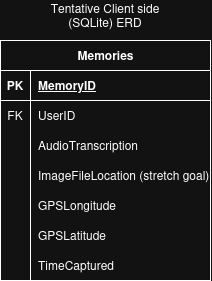
Above: docs/database/Tentative-client-side-ERD.png in Encore-sd/Encore (draw.io), before the change. Source tidied: cells renumbered, new cells last; positions are measured from the earlier drawing's top-left corner, leaving out a move shared by most shapes.
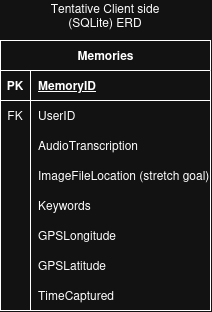
After the change.

Change to the diagram source:
```diff
@@ -6,7 +6,7 @@
       <mxGeometry x="40" width="130" height="30" as="geometry" />
     </mxCell>
     <mxCell id="3" value="Memories" style="shape=table;startSize=30;rowLines=0;fontStyle=1;align=center;html=1;" parent="1" vertex="1">
-      <mxGeometry y="40" width="210" height="240" as="geometry" />
+      <mxGeometry y="40" width="210" height="270" as="geometry" />
     </mxCell>
     <mxCell id="4" style="shape=tableRow;horizontal=0;startSize=0;swimlaneHead=0;swimlaneBody=0;fillColor=none;top=0;left=0;right=0;bottom=1;" parent="3" vertex="1">
       <mxGeometry y="30" width="210" height="30" as="geometry" />
@@ -44,8 +44,17 @@
     <mxCell id="15" value="ImageFileLocation (stretch goal)" style="shape=partialRectangle;fillColor=none;top=0;left=0;bottom=0;right=0;align=left;spacingLeft=6;overflow=hidden;whiteSpace=wrap;html=1;" parent="13" vertex="1">
       <mxGeometry x="30" width="180" height="30" as="geometry" />
     </mxCell>
+    <mxCell id="25" style="shape=tableRow;horizontal=0;startSize=0;swimlaneHead=0;swimlaneBody=0;fillColor=none;top=0;left=0;right=0;bottom=0;" parent="3" vertex="1">
+      <mxGeometry y="150" width="210" height="30" as="geometry" />
+    </mxCell>
+    <mxCell id="26" style="shape=partialRectangle;fillColor=none;top=0;left=0;bottom=0;right=0;overflow=hidden;whiteSpace=wrap;html=1;" parent="25" vertex="1">
+      <mxGeometry width="30" height="30" as="geometry" />
+    </mxCell>
+    <mxCell id="27" value="Keywords" style="shape=partialRectangle;fillColor=none;top=0;left=0;bottom=0;right=0;align=left;spacingLeft=6;overflow=hidden;whiteSpace=wrap;html=1;" parent="25" vertex="1">
+      <mxGeometry x="30" width="180" height="30" as="geometry" />
+    </mxCell>
     <mxCell id="16" style="shape=tableRow;horizontal=0;startSize=0;swimlaneHead=0;swimlaneBody=0;fillColor=none;top=0;left=0;right=0;bottom=0;" parent="3" vertex="1">
-      <mxGeometry y="150" width="210" height="30" as="geometry" />
+      <mxGeometry y="180" width="210" height="30" as="geometry" />
     </mxCell>
     <mxCell id="17" style="shape=partialRectangle;fillColor=none;top=0;left=0;bottom=0;right=0;overflow=hidden;whiteSpace=wrap;html=1;" parent="16" vertex="1">
       <mxGeometry width="30" height="30" as="geometry" />
@@ -54,7 +63,7 @@
       <mxGeometry x="30" width="180" height="30" as="geometry" />
     </mxCell>
     <mxCell id="19" style="shape=tableRow;horizontal=0;startSize=0;swimlaneHead=0;swimlaneBody=0;fillColor=none;top=0;left=0;right=0;bottom=0;" parent="3" vertex="1">
-      <mxGeometry y="180" width="210" height="30" as="geometry" />
+      <mxGeometry y="210" width="210" height="30" as="geometry" />
     </mxCell>
     <mxCell id="20" style="shape=partialRectangle;fillColor=none;top=0;left=0;bottom=0;right=0;overflow=hidden;whiteSpace=wrap;html=1;" parent="19" vertex="1">
       <mxGeometry width="30" height="30" as="geometry" />
@@ -63,7 +72,7 @@
       <mxGeometry x="30" width="180" height="30" as="geometry" />
     </mxCell>
     <mxCell id="22" style="shape=tableRow;horizontal=0;startSize=0;swimlaneHead=0;swimlaneBody=0;fillColor=none;top=0;left=0;right=0;bottom=0;" parent="3" vertex="1">
-      <mxGeometry y="210" width="210" height="30" as="geometry" />
+      <mxGeometry y="240" width="210" height="30" as="geometry" />
     </mxCell>
     <mxCell id="23" style="shape=partialRectangle;fillColor=none;top=0;left=0;bottom=0;right=0;overflow=hidden;whiteSpace=wrap;html=1;" parent="22" vertex="1">
       <mxGeometry width="30" height="30" as="geometry" />
```
